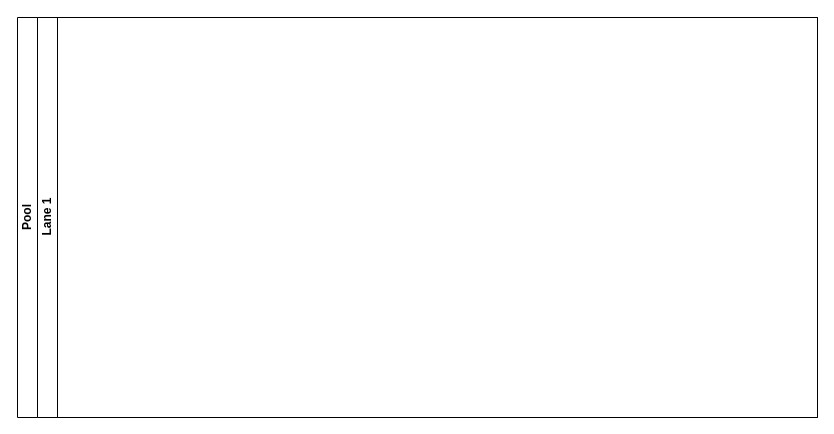
Above: Reassort.drawio in quemet/Draw.io (draw.io), before the change. Source tidied: cells renumbered, new cells numbered last; positions are measured from the earlier drawing's top-left corner, leaving out a move shared by most shapes. Both pictures are drawn from the tidied source at 100%, with x=0, y=0 at pixel (17, 17).
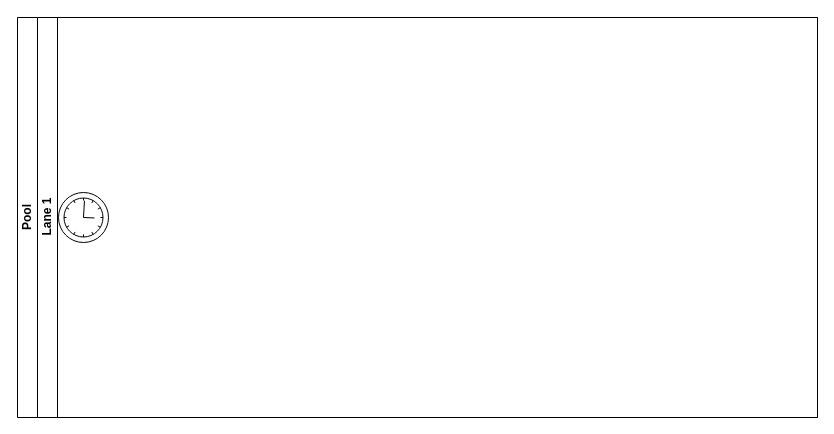
After the change.

Commit message (it also covers changes not shown here):
Mettre à jour Reassort.drawio

Diff of the diagram source:
```diff
@@
 <mxGraphModel>
   <root>
     <mxCell id="0" />
     <mxCell id="1" parent="0" />
     <mxCell id="2" value="Pool" style="swimlane;html=1;horizontal=0;startSize=20;whiteSpace=wrap;" parent="1" vertex="1">
       <mxGeometry width="800" height="400" as="geometry" />
     </mxCell>
     <mxCell id="3" value="Lane 1" style="swimlane;html=1;startSize=20;horizontal=0;" parent="2" vertex="1">
       <mxGeometry x="20" width="780" height="400" as="geometry" />
     </mxCell>
+    <mxCell id="4" style="shape=mxgraph.bpmn.event;html=1;verticalLabelPosition=bottom;labelBackgroundColor=#ffffff;verticalAlign=top;align=center;perimeter=ellipsePerimeter;outline=standard;symbol=timer;" parent="3" vertex="1">
+      <mxGeometry x="21" y="175" width="50" height="50" as="geometry" />
+    </mxCell>
   </root>
 </mxGraphModel>
```
